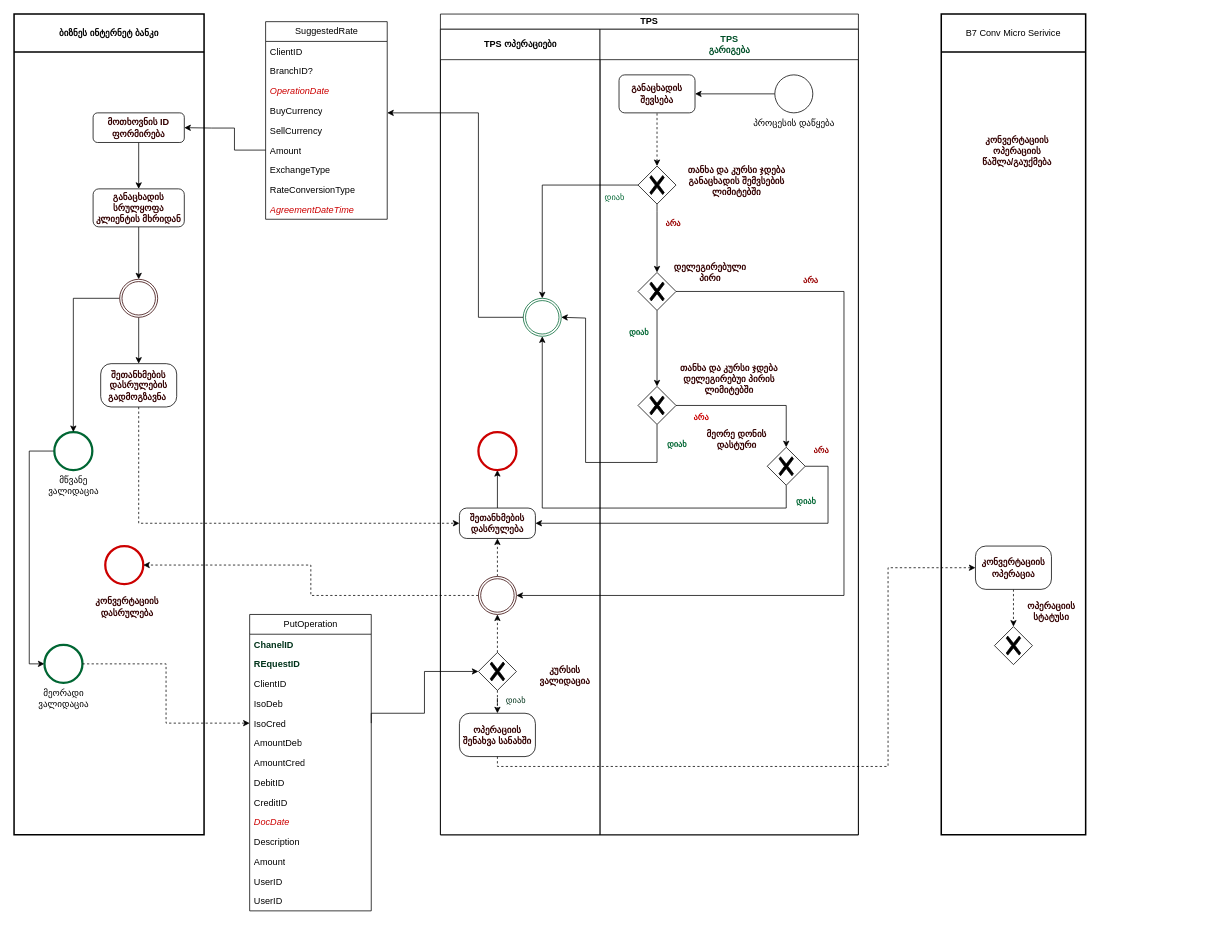
The draw.io diagram page "შეღავთიანი კურსზე სიტყვიერი შეთანხმება" (2 of 4) of RateDealProcessDiagram.drawio in vaso514d/drawio, before the edit. Source tidied: cells renumbered, new cells numbered last; positions are measured from the earlier drawing's top-left corner, leaving out a move shared by most shapes. Both pictures are drawn from the tidied source at 76%, with x=0, y=0 at pixel (14, 14).
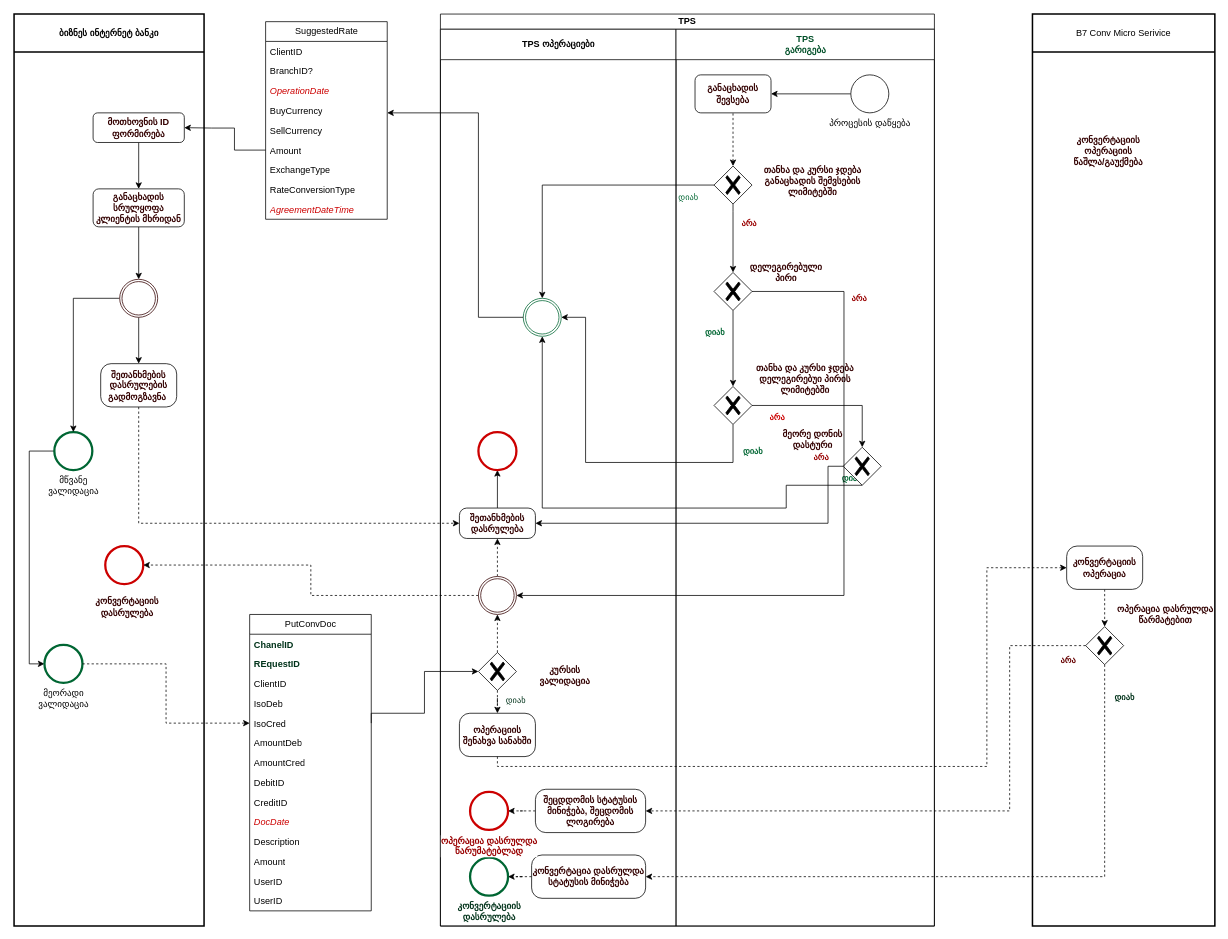
The same page after the edit.

The change refers to these unchanged cells:
```xml
<mxCell id="34" value="&lt;b&gt;ოპერაციის შენახვა სანახში&lt;/b&gt;" style="rounded=1;whiteSpace=wrap;html=1;labelBackgroundColor=none;fontColor=#330000;arcSize=24;" parent="25" vertex="1">
  <mxGeometry x="25" y="900" width="100" height="57" as="geometry" />
</mxCell>
<mxCell id="73" value="&lt;b&gt;კონვერტაციის&lt;br&gt;ოპერაცია&lt;br&gt;&lt;/b&gt;" style="rounded=1;whiteSpace=wrap;html=1;labelBackgroundColor=none;fontColor=#330000;arcSize=24;" parent="70" vertex="1">
  <mxGeometry x="45" y="700" width="100" height="57" as="geometry" />
</mxCell>
<mxCell id="74" style="points=[[0.25,0.25,0],[0.5,0,0],[0.75,0.25,0],[1,0.5,0],[0.75,0.75,0],[0.5,1,0],[0.25,0.75,0],[0,0.5,0]];shape=mxgraph.bpmn.gateway2;html=1;verticalLabelPosition=bottom;labelBackgroundColor=#ffffff;verticalAlign=top;align=center;perimeter=rhombusPerimeter;outlineConnect=0;outline=none;symbol=none;gwType=exclusive;fontColor=#CC0000;" parent="70" vertex="1">
  <mxGeometry x="70" y="806" width="50" height="50" as="geometry" />
</mxCell>
```

What changed in the source:
```diff
@@
     <mxCell id="2" value="&lt;b&gt;ბიზნეს ინტერნეტ ბანკი&lt;/b&gt;" style="swimlane;html=1;startSize=50;fontStyle=0;horizontal=1;swimlaneLine=1;strokeWidth=2;swimlaneFillColor=#ffffff;whiteSpace=wrap;" parent="1" vertex="1">
-      <mxGeometry width="250" height="1080" as="geometry" />
+      <mxGeometry width="250" height="1200" as="geometry" />
     </mxCell>
@@
     <mxCell id="16" value="TPS" style="swimlane;html=1;startSize=20;whiteSpace=wrap;" parent="1" vertex="1">
-      <mxGeometry x="561" width="550" height="1080" as="geometry" />
+      <mxGeometry x="561" width="650" height="1200" as="geometry" />
     </mxCell>
@@
     <mxCell id="25" value="TPS ოპერაციები" style="swimlane;html=1;startSize=40;" parent="16" vertex="1">
-      <mxGeometry y="20" width="210" height="1060" as="geometry" />
+      <mxGeometry y="20" width="310" height="1180" as="geometry" />
     </mxCell>
@@
+    <mxCell id="95" value="&lt;b&gt;&lt;font color=&quot;#00331a&quot;&gt;კონვერტაციის&lt;br&gt;დასრულება&lt;/font&gt;&lt;/b&gt;" style="points=[[0.145,0.145,0],[0.5,0,0],[0.855,0.145,0],[1,0.5,0],[0.855,0.855,0],[0.5,1,0],[0.145,0.855,0],[0,0.5,0]];shape=mxgraph.bpmn.event;html=1;verticalLabelPosition=bottom;labelBackgroundColor=#ffffff;verticalAlign=top;align=center;perimeter=ellipsePerimeter;outlineConnect=0;outline=end;symbol=terminate2;fontColor=#000000;strokeColor=#006633;" parent="25" vertex="1">
+      <mxGeometry x="39" y="1090" width="50" height="50" as="geometry" />
+    </mxCell>
+    <mxCell id="96" style="edgeStyle=orthogonalEdgeStyle;rounded=0;jettySize=auto;html=1;entryX=1;entryY=0.5;entryDx=0;entryDy=0;entryPerimeter=0;dashed=1;fontColor=#00331A;" parent="25" edge="1" source="97" target="95">
+      <mxGeometry relative="1" as="geometry" />
+    </mxCell>
+    <mxCell id="97" value="&lt;b&gt;კონვერტაცია დასრულდა&lt;br&gt;სტატუსის მინიჭება&lt;br&gt;&lt;/b&gt;" style="rounded=1;whiteSpace=wrap;html=1;labelBackgroundColor=none;fontColor=#330000;arcSize=24;" parent="25" vertex="1">
+      <mxGeometry x="120" y="1086.5" width="150" height="57" as="geometry" />
+    </mxCell>
+    <mxCell id="98" style="edgeStyle=orthogonalEdgeStyle;rounded=0;jettySize=auto;html=1;entryX=1;entryY=0.5;entryDx=0;entryDy=0;entryPerimeter=0;dashed=1;fontColor=#660000;" parent="25" edge="1" source="99" target="100">
+      <mxGeometry relative="1" as="geometry" />
+    </mxCell>
+    <mxCell id="99" value="&lt;b&gt;შეცდდომის სტატუსის&lt;br&gt;მინიჭება, შეცდომის ლოგირება&lt;br&gt;&lt;/b&gt;" style="rounded=1;whiteSpace=wrap;html=1;labelBackgroundColor=none;fontColor=#330000;arcSize=24;" parent="25" vertex="1">
+      <mxGeometry x="125" y="1000" width="145" height="57" as="geometry" />
+    </mxCell>
+    <mxCell id="100" value="&lt;b&gt;&lt;font color=&quot;#990000&quot;&gt;ოპერაცია დასრულდა&lt;br&gt;წარუმატებლად&lt;/font&gt;&lt;/b&gt;" style="points=[[0.145,0.145,0],[0.5,0,0],[0.855,0.145,0],[1,0.5,0],[0.855,0.855,0],[0.5,1,0],[0.145,0.855,0],[0,0.5,0]];shape=mxgraph.bpmn.event;html=1;verticalLabelPosition=bottom;labelBackgroundColor=#ffffff;verticalAlign=top;align=center;perimeter=ellipsePerimeter;outlineConnect=0;outline=end;symbol=terminate2;strokeColor=#CC0000;" parent="25" vertex="1">
+      <mxGeometry x="39" y="1003.5" width="50" height="50" as="geometry" />
+    </mxCell>
     <mxCell id="37" value="&lt;b style=&quot;border-color: var(--border-color); color: rgb(0, 79, 40);&quot;&gt;TPS&lt;br style=&quot;border-color: var(--border-color);&quot;&gt;გარიგება&lt;/b&gt;" style="swimlane;html=1;startSize=40;" parent="16" vertex="1">
-      <mxGeometry x="210" y="20" width="340" height="1060" as="geometry" />
+      <mxGeometry x="310" y="20" width="340" height="1180" as="geometry" />
     </mxCell>
@@
     <mxCell id="70" value="B7 Conv Micro Serivice" style="swimlane;html=1;startSize=50;fontStyle=0;horizontal=1;swimlaneLine=1;strokeWidth=2;swimlaneFillColor=#ffffff;whiteSpace=wrap;" parent="1" vertex="1">
-      <mxGeometry x="1220" width="190" height="1080" as="geometry" />
+      <mxGeometry x="1340" width="240" height="1200" as="geometry" />
     </mxCell>
@@
-    <mxCell id="75" value="&lt;font color=&quot;#330000&quot;&gt;ოპერაციის&lt;br&gt;სტატუსი&lt;br&gt;&lt;/font&gt;" style="text;html=1;strokeColor=none;fillColor=none;align=center;verticalAlign=middle;whiteSpace=wrap;rounded=0;fontColor=#CC0000;fontStyle=1;" parent="70" vertex="1">
-      <mxGeometry x="100" y="766" width="90" height="40" as="geometry" />
+    <mxCell id="75" value="&lt;font color=&quot;#330000&quot;&gt;ოპერაცია დასრულდა&lt;br&gt;წარმატებით&lt;br&gt;&lt;/font&gt;" style="text;html=1;strokeColor=none;fillColor=none;align=center;verticalAlign=middle;whiteSpace=wrap;rounded=0;fontColor=#CC0000;fontStyle=1;" parent="70" vertex="1">
+      <mxGeometry x="110" y="770" width="130" height="40" as="geometry" />
     </mxCell>
@@
-    <mxCell id="77" value="PutOperation" style="swimlane;fontStyle=0;horizontal=1;startSize=26;fillColor=none;html=1;fontColor=#000000;" parent="1" vertex="1">
+    <mxCell id="77" value="PutConvDoc" style="swimlane;fontStyle=0;horizontal=1;startSize=26;fillColor=none;html=1;fontColor=#000000;" parent="1" vertex="1">
       <mxGeometry x="310" y="790" width="160" height="390" as="geometry" />
     </mxCell>
@@
     <mxCell id="93" style="edgeStyle=orthogonalEdgeStyle;rounded=0;jettySize=auto;html=1;entryX=0;entryY=0.5;entryDx=0;entryDy=0;dashed=1;fontColor=#00331A;exitX=0.5;exitY=1;exitDx=0;exitDy=0;" parent="1" edge="1" source="34" target="73">
       <mxGeometry relative="1" as="geometry">
         <Array as="points">
           <mxPoint x="636" y="990" />
-          <mxPoint x="1150" y="990" />
-          <mxPoint x="1150" y="729" />
+          <mxPoint x="1280" y="990" />
+          <mxPoint x="1280" y="729" />
         </Array>
       </mxGeometry>
     </mxCell>
@@
+    <mxCell id="101" style="edgeStyle=orthogonalEdgeStyle;rounded=0;jettySize=auto;html=1;dashed=1;fontColor=#00331A;entryX=1;entryY=0.5;entryDx=0;entryDy=0;exitX=0.5;exitY=1;exitDx=0;exitDy=0;exitPerimeter=0;" parent="1" edge="1" source="74" target="97">
+      <mxGeometry relative="1" as="geometry">
+        <Array as="points">
+          <mxPoint x="1435" y="1135" />
+        </Array>
+      </mxGeometry>
+    </mxCell>
+    <mxCell id="102" value="დიახ" style="edgeLabel;html=1;align=center;verticalAlign=middle;fontColor=#00331A;fontStyle=1;" parent="101" vertex="1">
+      <mxGeometry x="-0.85" y="-1" relative="1" as="geometry">
+        <mxPoint x="26" y="-24" as="offset" />
+      </mxGeometry>
+    </mxCell>
+    <mxCell id="103" style="edgeStyle=orthogonalEdgeStyle;rounded=0;jettySize=auto;html=1;entryX=1;entryY=0.5;entryDx=0;entryDy=0;dashed=1;fontColor=#00331A;exitX=0;exitY=0.5;exitDx=0;exitDy=0;exitPerimeter=0;" parent="1" edge="1" source="74" target="99">
+      <mxGeometry relative="1" as="geometry">
+        <Array as="points">
+          <mxPoint x="1310" y="831" />
+          <mxPoint x="1310" y="1049" />
+        </Array>
+      </mxGeometry>
+    </mxCell>
+    <mxCell id="104" value="არა" style="edgeLabel;html=1;align=center;verticalAlign=middle;fontColor=#660000;fontStyle=1;" parent="103" vertex="1">
+      <mxGeometry x="-0.93" y="1" relative="1" as="geometry">
+        <mxPoint x="4" y="18" as="offset" />
+      </mxGeometry>
+    </mxCell>
```
